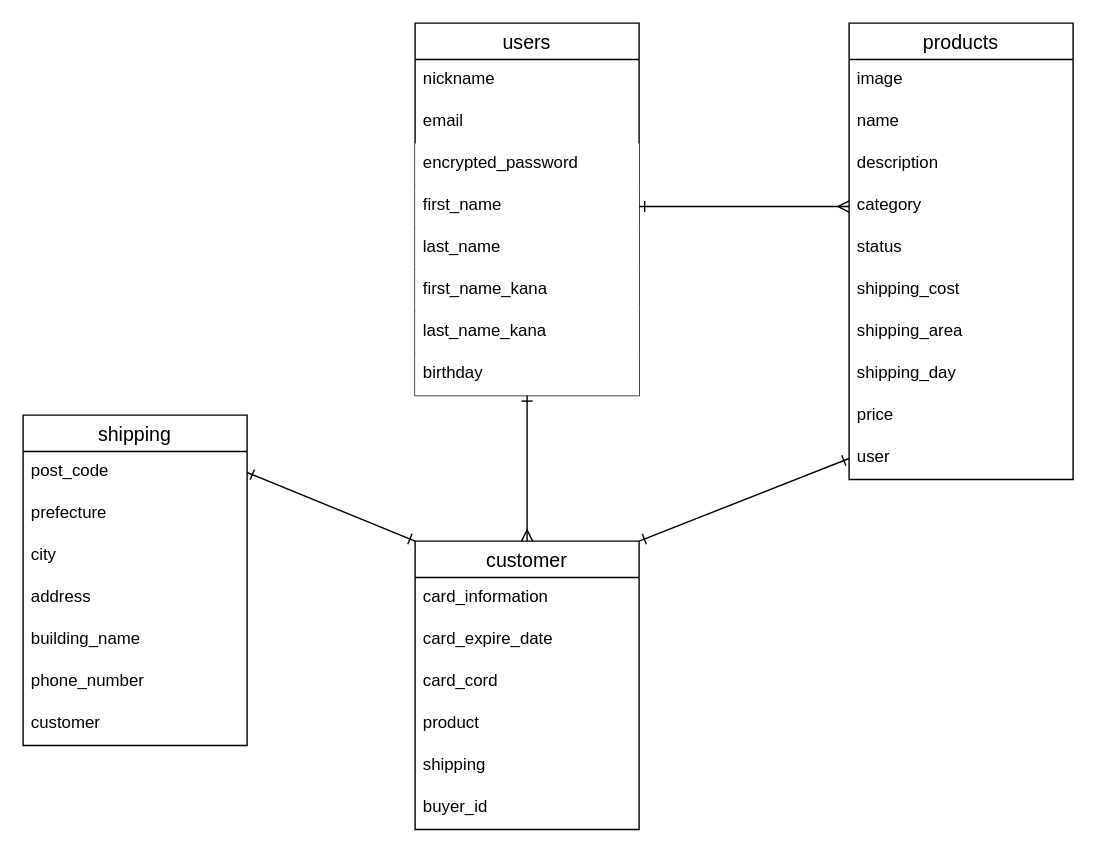
Earlier version of the draw.io diagram ER.dio (120-seto/furima-37773). Source tidied: cells renumbered, new cells numbered last; positions are measured from the earlier drawing's top-left corner, leaving out a move shared by most shapes. Both pictures are drawn from the tidied source at 140%, with x=0, y=0 at pixel (22, 22).
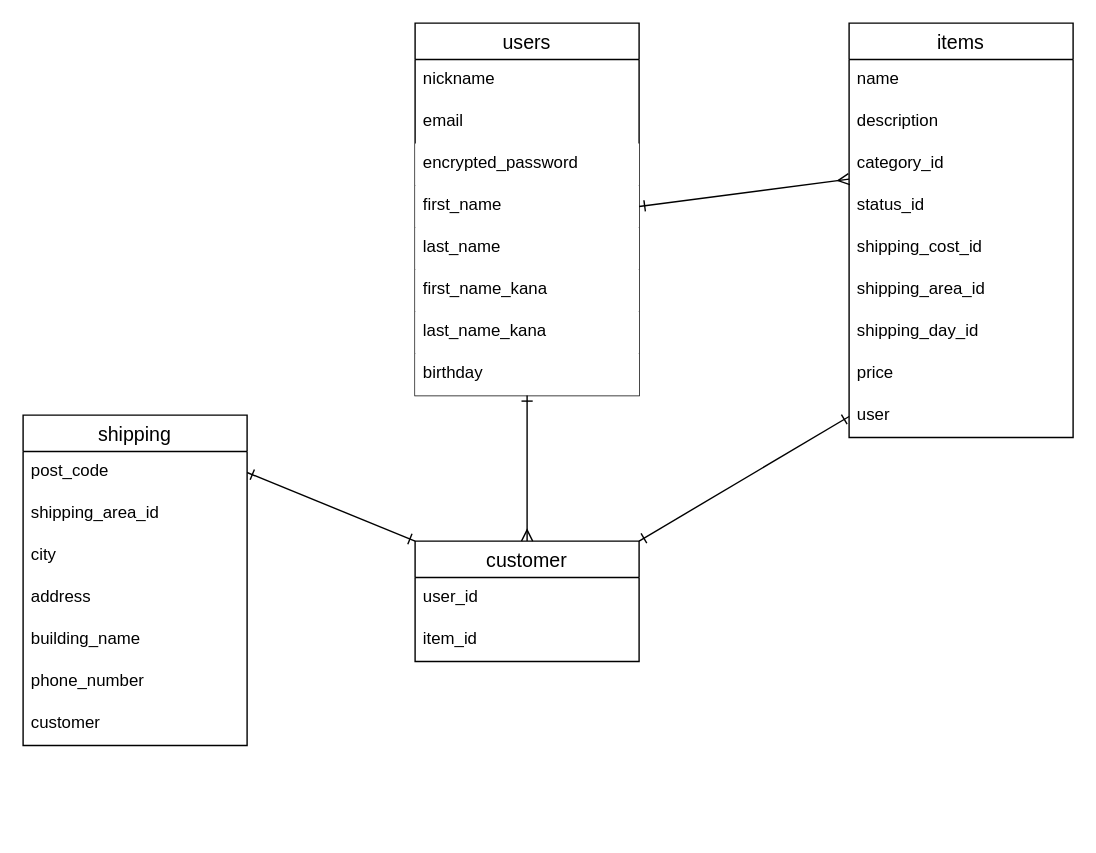
Above is the later version.

Commit message (it also covers changes not shown here):
データベース設計-2

The change refers to these unchanged cells:
```xml
<mxCell id="30" value="shipping" style="swimlane;fontStyle=0;horizontal=1;startSize=26;align=center;fontSize=14;rounded=0;shadow=0;glass=0;labelBackgroundColor=none;labelBorderColor=none;sketch=0;fillColor=default;gradientColor=none;html=0;swimlaneFillColor=default;" parent="1" vertex="1">
  <mxGeometry y="280" width="160" height="236" as="geometry" />
</mxCell>
```

Change to the diagram source:
```diff
@@
-    <mxCell id="11" value="products" style="swimlane;fontStyle=0;horizontal=1;startSize=26;align=center;fontSize=14;rounded=0;shadow=0;glass=0;labelBackgroundColor=none;labelBorderColor=none;sketch=0;html=0;fillColor=default;swimlaneFillColor=default;" parent="1" vertex="1">
-      <mxGeometry x="590" width="160" height="326" as="geometry" />
+    <mxCell id="11" value="items" style="swimlane;fontStyle=0;horizontal=1;startSize=26;align=center;fontSize=14;rounded=0;shadow=0;glass=0;labelBackgroundColor=none;labelBorderColor=none;sketch=0;html=0;fillColor=default;swimlaneFillColor=default;" parent="1" vertex="1">
+      <mxGeometry x="590" width="160" height="296" as="geometry" />
     </mxCell>
-    <mxCell id="12" value="image" style="text;strokeColor=none;fillColor=none;spacingLeft=4;spacingRight=4;overflow=hidden;fontSize=12;rounded=0;shadow=0;glass=0;labelBackgroundColor=none;labelBorderColor=none;sketch=0;html=0;" parent="11" vertex="1">
-      <mxGeometry y="26" width="160" height="30" as="geometry" />
-    </mxCell>
     <mxCell id="13" value="name" style="text;strokeColor=none;fillColor=none;spacingLeft=4;spacingRight=4;overflow=hidden;fontSize=12;rounded=0;shadow=0;glass=0;labelBackgroundColor=none;labelBorderColor=none;sketch=0;html=0;" parent="11" vertex="1">
-      <mxGeometry y="56" width="160" height="30" as="geometry" />
+      <mxGeometry y="26" width="160" height="30" as="geometry" />
     </mxCell>
     <mxCell id="14" value="description" style="text;strokeColor=none;fillColor=none;spacingLeft=4;spacingRight=4;overflow=hidden;fontSize=12;rounded=0;shadow=0;glass=0;labelBackgroundColor=none;labelBorderColor=none;sketch=0;html=0;" parent="11" vertex="1">
-      <mxGeometry y="86" width="160" height="30" as="geometry" />
+      <mxGeometry y="56" width="160" height="30" as="geometry" />
     </mxCell>
-    <mxCell id="15" value="category" style="text;strokeColor=none;fillColor=none;spacingLeft=4;spacingRight=4;overflow=hidden;points=[[0,0.5],[1,0.5]];portConstraint=eastwest;fontSize=12;rounded=0;shadow=0;glass=0;labelBackgroundColor=none;labelBorderColor=none;sketch=0;html=0;" parent="11" vertex="1">
-      <mxGeometry y="116" width="160" height="30" as="geometry" />
+    <mxCell id="15" value="category_id" style="text;strokeColor=none;fillColor=none;spacingLeft=4;spacingRight=4;overflow=hidden;points=[[0,0.5],[1,0.5]];portConstraint=eastwest;fontSize=12;rounded=0;shadow=0;glass=0;labelBackgroundColor=none;labelBorderColor=none;sketch=0;html=0;" parent="11" vertex="1">
+      <mxGeometry y="86" width="160" height="30" as="geometry" />
     </mxCell>
-    <mxCell id="16" value="status" style="text;strokeColor=none;fillColor=none;spacingLeft=4;spacingRight=4;overflow=hidden;fontSize=12;rounded=0;shadow=0;glass=0;labelBackgroundColor=none;labelBorderColor=none;sketch=0;html=0;" parent="11" vertex="1">
-      <mxGeometry y="146" width="160" height="30" as="geometry" />
+    <mxCell id="16" value="status_id" style="text;strokeColor=none;fillColor=none;spacingLeft=4;spacingRight=4;overflow=hidden;fontSize=12;rounded=0;shadow=0;glass=0;labelBackgroundColor=none;labelBorderColor=none;sketch=0;html=0;" parent="11" vertex="1">
+      <mxGeometry y="116" width="160" height="30" as="geometry" />
     </mxCell>
-    <mxCell id="17" value="shipping_cost" style="text;strokeColor=none;fillColor=none;spacingLeft=4;spacingRight=4;overflow=hidden;fontSize=12;rounded=0;shadow=0;glass=0;labelBackgroundColor=none;labelBorderColor=none;sketch=0;html=0;" parent="11" vertex="1">
-      <mxGeometry y="176" width="160" height="30" as="geometry" />
+    <mxCell id="17" value="shipping_cost_id" style="text;strokeColor=none;fillColor=none;spacingLeft=4;spacingRight=4;overflow=hidden;fontSize=12;rounded=0;shadow=0;glass=0;labelBackgroundColor=none;labelBorderColor=none;sketch=0;html=0;" parent="11" vertex="1">
+      <mxGeometry y="146" width="160" height="30" as="geometry" />
     </mxCell>
-    <mxCell id="18" value="shipping_area" style="text;strokeColor=none;fillColor=none;spacingLeft=4;spacingRight=4;overflow=hidden;fontSize=12;rounded=0;shadow=0;glass=0;labelBackgroundColor=none;labelBorderColor=none;sketch=0;html=0;" parent="11" vertex="1">
-      <mxGeometry y="206" width="160" height="30" as="geometry" />
+    <mxCell id="18" value="shipping_area_id" style="text;strokeColor=none;fillColor=none;spacingLeft=4;spacingRight=4;overflow=hidden;fontSize=12;rounded=0;shadow=0;glass=0;labelBackgroundColor=none;labelBorderColor=none;sketch=0;html=0;" parent="11" vertex="1">
+      <mxGeometry y="176" width="160" height="30" as="geometry" />
     </mxCell>
-    <mxCell id="19" value="shipping_day" style="text;strokeColor=none;fillColor=none;spacingLeft=4;spacingRight=4;overflow=hidden;fontSize=12;rounded=0;shadow=0;glass=0;labelBackgroundColor=none;labelBorderColor=none;sketch=0;html=0;" parent="11" vertex="1">
-      <mxGeometry y="236" width="160" height="30" as="geometry" />
+    <mxCell id="19" value="shipping_day_id" style="text;strokeColor=none;fillColor=none;spacingLeft=4;spacingRight=4;overflow=hidden;fontSize=12;rounded=0;shadow=0;glass=0;labelBackgroundColor=none;labelBorderColor=none;sketch=0;html=0;" parent="11" vertex="1">
+      <mxGeometry y="206" width="160" height="30" as="geometry" />
     </mxCell>
     <mxCell id="20" value="price" style="text;strokeColor=none;fillColor=none;spacingLeft=4;spacingRight=4;overflow=hidden;fontSize=12;rounded=0;shadow=0;glass=0;labelBackgroundColor=none;labelBorderColor=none;sketch=0;html=0;" parent="11" vertex="1">
-      <mxGeometry y="266" width="160" height="30" as="geometry" />
+      <mxGeometry y="236" width="160" height="30" as="geometry" />
     </mxCell>
     <mxCell id="21" value="user" style="text;strokeColor=none;fillColor=none;spacingLeft=4;spacingRight=4;overflow=hidden;points=[[0,0.5],[1,0.5]];portConstraint=eastwest;fontSize=12;rounded=0;shadow=0;glass=0;labelBackgroundColor=none;labelBorderColor=none;sketch=0;html=0;" parent="11" vertex="1">
-      <mxGeometry y="296" width="160" height="30" as="geometry" />
+      <mxGeometry y="266" width="160" height="30" as="geometry" />
     </mxCell>
     <mxCell id="22" value="customer" style="swimlane;fontStyle=0;horizontal=1;startSize=26;align=center;fontSize=14;rounded=0;shadow=0;glass=0;labelBackgroundColor=none;labelBorderColor=none;sketch=0;fillColor=default;gradientColor=none;html=0;swimlaneFillColor=default;" parent="1" vertex="1">
-      <mxGeometry x="280" y="370" width="160" height="206" as="geometry" />
+      <mxGeometry x="280" y="370" width="160" height="86" as="geometry" />
     </mxCell>
-    <mxCell id="23" value="card_information" style="text;strokeColor=none;fillColor=none;spacingLeft=4;spacingRight=4;overflow=hidden;fontSize=12;rounded=0;shadow=0;glass=0;labelBackgroundColor=none;labelBorderColor=none;sketch=0;html=0;" parent="22" vertex="1">
-      <mxGeometry y="26" width="160" height="30" as="geometry" />
-    </mxCell>
-    <mxCell id="24" value="card_expire_date" style="text;strokeColor=none;fillColor=none;spacingLeft=4;spacingRight=4;overflow=hidden;fontSize=12;rounded=0;shadow=0;glass=0;labelBackgroundColor=none;labelBorderColor=none;sketch=0;html=0;" parent="22" vertex="1">
-      <mxGeometry y="56" width="160" height="30" as="geometry" />
-    </mxCell>
-    <mxCell id="25" value="card_cord" style="text;strokeColor=none;fillColor=none;spacingLeft=4;spacingRight=4;overflow=hidden;fontSize=12;rounded=0;shadow=0;glass=0;labelBackgroundColor=none;labelBorderColor=none;sketch=0;html=0;" parent="22" vertex="1">
-      <mxGeometry y="86" width="160" height="30" as="geometry" />
-    </mxCell>
-    <mxCell id="26" value="product" style="text;strokeColor=none;fillColor=none;spacingLeft=4;spacingRight=4;overflow=hidden;fontSize=12;rounded=0;shadow=0;glass=0;labelBackgroundColor=none;labelBorderColor=none;sketch=0;html=0;" parent="22" vertex="1">
-      <mxGeometry y="116" width="160" height="30" as="geometry" />
+    <mxCell id="26" value="user_id" style="text;strokeColor=none;fillColor=none;spacingLeft=4;spacingRight=4;overflow=hidden;fontSize=12;rounded=0;shadow=0;glass=0;labelBackgroundColor=none;labelBorderColor=none;sketch=0;html=0;" parent="22" vertex="1">
+      <mxGeometry y="26" width="160" height="30" as="geometry" />
     </mxCell>
-    <mxCell id="27" value="shipping" style="text;strokeColor=none;fillColor=none;spacingLeft=4;spacingRight=4;overflow=hidden;fontSize=12;rounded=0;shadow=0;glass=0;labelBackgroundColor=none;labelBorderColor=none;sketch=0;html=0;" parent="22" vertex="1">
-      <mxGeometry y="146" width="160" height="30" as="geometry" />
+    <mxCell id="27" value="item_id" style="text;strokeColor=none;fillColor=none;spacingLeft=4;spacingRight=4;overflow=hidden;fontSize=12;rounded=0;shadow=0;glass=0;labelBackgroundColor=none;labelBorderColor=none;sketch=0;html=0;" parent="22" vertex="1">
+      <mxGeometry y="56" width="160" height="30" as="geometry" />
     </mxCell>
-    <mxCell id="28" value="buyer_id" style="text;strokeColor=none;fillColor=none;spacingLeft=4;spacingRight=4;overflow=hidden;fontSize=12;rounded=0;shadow=0;glass=0;labelBackgroundColor=none;labelBorderColor=none;sketch=0;html=0;" parent="22" vertex="1">
-      <mxGeometry y="176" width="160" height="30" as="geometry" />
-    </mxCell>
@@
-    <mxCell id="32" value="prefecture" style="text;strokeColor=none;fillColor=none;spacingLeft=4;spacingRight=4;overflow=hidden;fontSize=12;rounded=0;shadow=0;glass=0;labelBackgroundColor=none;labelBorderColor=none;sketch=0;html=0;" parent="30" vertex="1">
+    <mxCell id="32" value="shipping_area_id" style="text;strokeColor=none;fillColor=none;spacingLeft=4;spacingRight=4;overflow=hidden;fontSize=12;rounded=0;shadow=0;glass=0;labelBackgroundColor=none;labelBorderColor=none;sketch=0;html=0;" parent="30" vertex="1">
       <mxGeometry y="56" width="160" height="30" as="geometry" />
     </mxCell>
```
